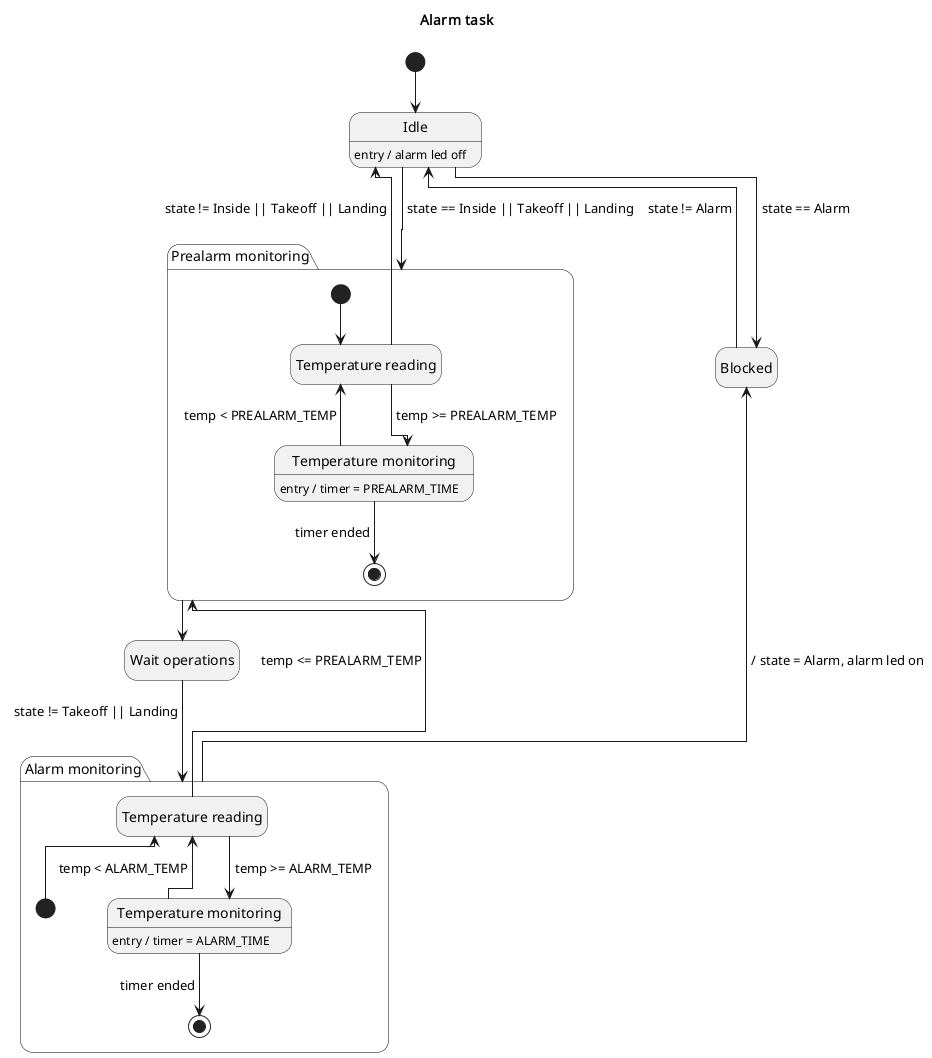
This is assignments/02-sdh/docs/tasks/alarm.png from the-real-deal/unibo-iot-didospita, a PlantUML export, as it was before one commit.
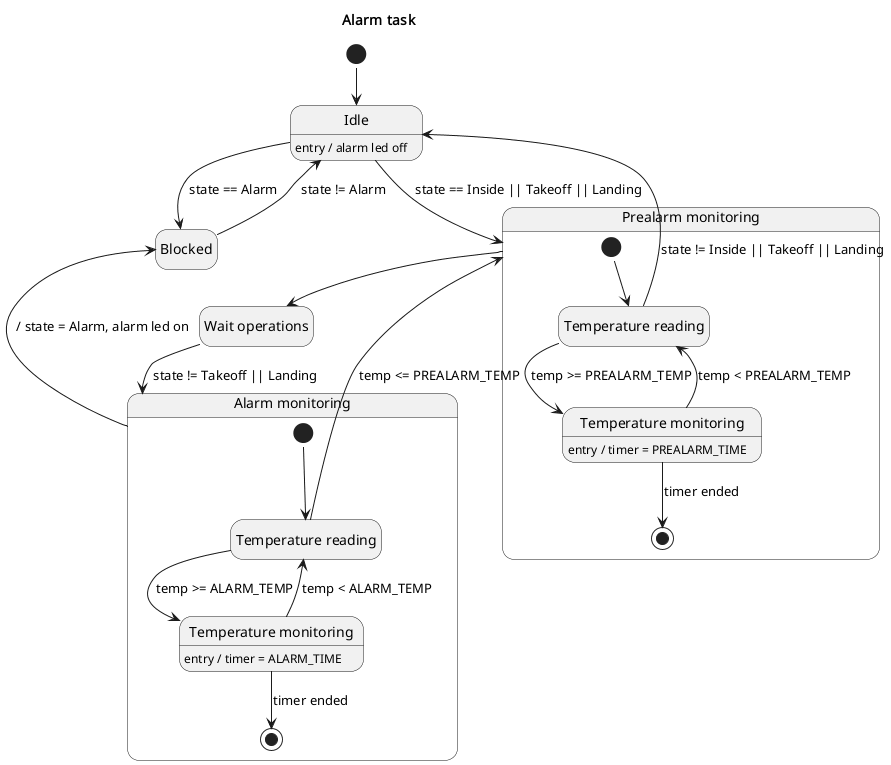
After the commit.

Change to the diagram source:
```diff
@@ -1,5 +1,5 @@
 @startuml AlarmTask
-!pragma layout elk
+!pragma layout smetana
 hide empty description
 
 title "Alarm task"
@@ -36,25 +36,27 @@
 }
 
 start -d-> idle
-idle -r-> blocked : state == Alarm
-blocked -l-> idle : state != Alarm
+
+idle -d-> blocked : state == Alarm
+
+blocked -u-> idle : state != Alarm
 idle -d-> prealarm : state == Inside || Takeoff || Landing
 
-startPrealarm -r-> prealarmTempReading
-prealarmTempReading -r-> prealarmTempMonitoring : temp >= PREALARM_TEMP
+startPrealarm -d-> prealarmTempReading
+prealarmTempReading -d-> prealarmTempMonitoring : temp >= PREALARM_TEMP
 prealarmTempReading -u-> idle : state != Inside || Takeoff || Landing
-prealarmTempMonitoring -l-> prealarmTempReading : temp < PREALARM_TEMP
-prealarmTempMonitoring -r-> endPrealarm : timer ended
+prealarmTempMonitoring -u-> prealarmTempReading : temp < PREALARM_TEMP
+prealarmTempMonitoring -d-> endPrealarm : timer ended
 
 prealarm -d-> waitOperations
 
 waitOperations -d-> alarm : state != Takeoff || Landing
 
-startAlarm -u-> alarmTempReading
-alarmTempReading -r-> alarmTempMonitoring : temp >= ALARM_TEMP
+startAlarm -d-> alarmTempReading
+alarmTempReading -d-> alarmTempMonitoring : temp >= ALARM_TEMP
 alarmTempReading -u-> prealarm : temp <= PREALARM_TEMP
-alarmTempMonitoring -l-> alarmTempReading : temp < ALARM_TEMP
-alarmTempMonitoring -r-> endAlarm : timer ended
+alarmTempMonitoring -u-> alarmTempReading : temp < ALARM_TEMP
+alarmTempMonitoring -d-> endAlarm : timer ended
 alarm -u-> blocked : / state = Alarm, alarm led on
 
 @enduml
```
